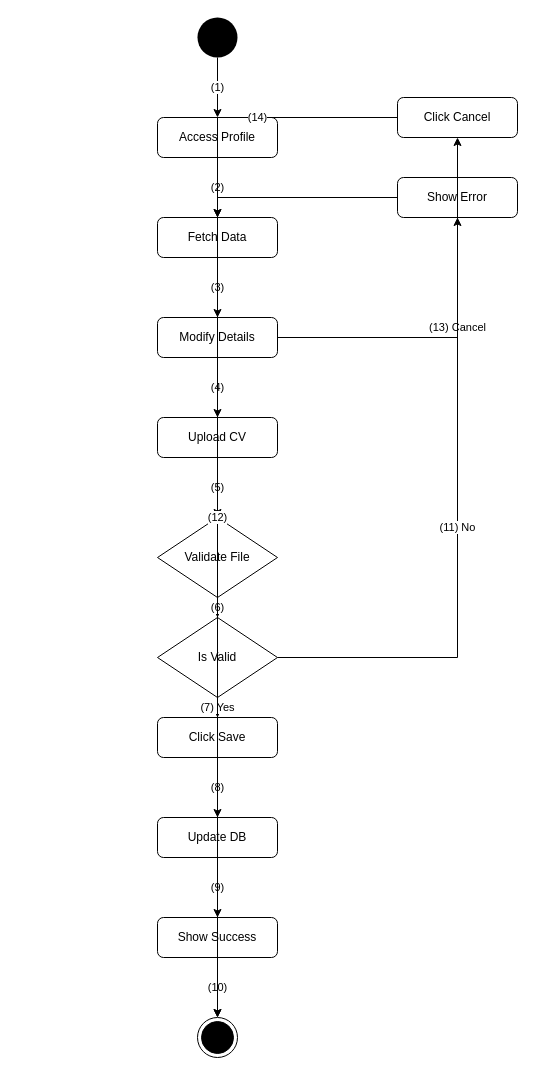
kingDlight/UEIMS_Project keeps this draw.io diagram as activity_flow/uc51_activity_flow.drawio. Above is the earlier version. Source tidied: cells renumbered, new cells numbered last; positions are measured from the earlier drawing's top-left corner, leaving out a move shared by most shapes. Both pictures are drawn from the tidied source at 100%, with x=0, y=0 at pixel (157, 17).
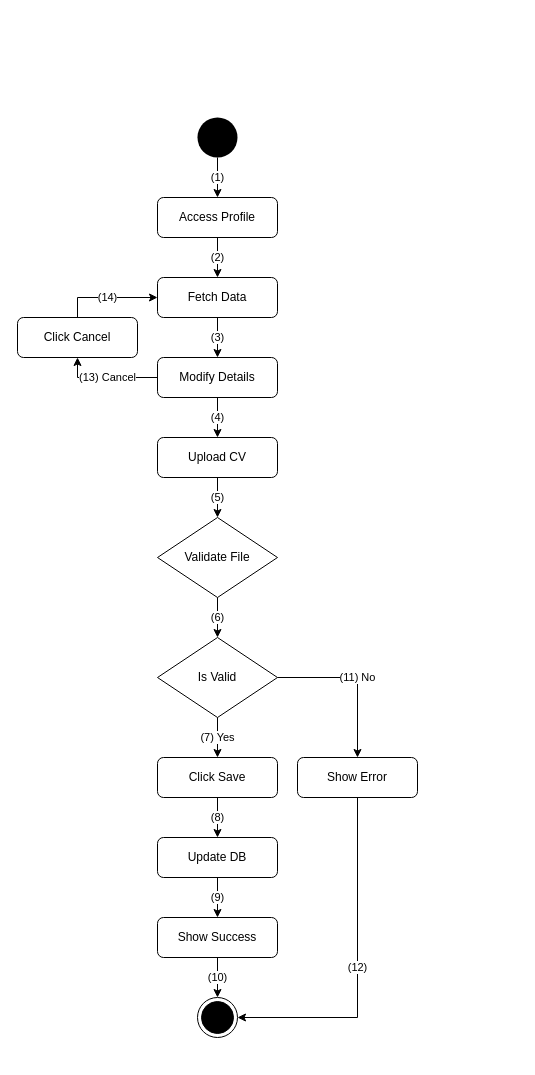
The same page after the edit.

The edit, as a diff of the source:
```diff
@@
     <mxCell id="2" style="ellipse;whiteSpace=wrap;html=1;fillColor=#000000;strokeColor=none;" parent="1" vertex="1">
-      <mxGeometry x="40" width="40" height="40" as="geometry" />
+      <mxGeometry x="40" y="100" width="40" height="40" as="geometry" />
     </mxCell>
     <mxCell id="3" value="Access Profile" style="rounded=1;whiteSpace=wrap;html=1;" parent="1" vertex="1">
-      <mxGeometry y="100" width="120" height="40" as="geometry" />
+      <mxGeometry y="180" width="120" height="40" as="geometry" />
     </mxCell>
     <mxCell id="4" value="Fetch Data" style="rounded=1;whiteSpace=wrap;html=1;" parent="1" vertex="1">
-      <mxGeometry y="200" width="120" height="40" as="geometry" />
+      <mxGeometry y="260" width="120" height="40" as="geometry" />
     </mxCell>
     <mxCell id="5" value="Modify Details" style="rounded=1;whiteSpace=wrap;html=1;" parent="1" vertex="1">
-      <mxGeometry y="300" width="120" height="40" as="geometry" />
+      <mxGeometry y="340" width="120" height="40" as="geometry" />
     </mxCell>
     <mxCell id="6" value="Upload CV" style="rounded=1;whiteSpace=wrap;html=1;" parent="1" vertex="1">
-      <mxGeometry y="400" width="120" height="40" as="geometry" />
+      <mxGeometry y="420" width="120" height="40" as="geometry" />
     </mxCell>
@@
     <mxCell id="8" value="Is Valid" style="rhombus;whiteSpace=wrap;html=1;" parent="1" vertex="1">
-      <mxGeometry y="600" width="120" height="80" as="geometry" />
+      <mxGeometry y="620" width="120" height="80" as="geometry" />
     </mxCell>
     <mxCell id="9" value="Click Save" style="rounded=1;whiteSpace=wrap;html=1;" parent="1" vertex="1">
-      <mxGeometry y="700" width="120" height="40" as="geometry" />
+      <mxGeometry y="740" width="120" height="40" as="geometry" />
     </mxCell>
     <mxCell id="10" value="Update DB" style="rounded=1;whiteSpace=wrap;html=1;" parent="1" vertex="1">
-      <mxGeometry y="800" width="120" height="40" as="geometry" />
+      <mxGeometry y="820" width="120" height="40" as="geometry" />
     </mxCell>
@@
     <mxCell id="12" style="ellipse;html=1;shape=endState;fillColor=#000000;strokeColor=#000000;" parent="1" vertex="1">
-      <mxGeometry x="40" y="1000" width="40" height="40" as="geometry" />
+      <mxGeometry x="40" y="980" width="40" height="40" as="geometry" />
     </mxCell>
     <mxCell id="13" value="Click Cancel" style="rounded=1;whiteSpace=wrap;html=1;" parent="1" vertex="1">
-      <mxGeometry x="240" y="80" width="120" height="40" as="geometry" />
+      <mxGeometry x="-140" y="300" width="120" height="40" as="geometry" />
     </mxCell>
     <mxCell id="14" value="Show Error" style="rounded=1;whiteSpace=wrap;html=1;" parent="1" vertex="1">
-      <mxGeometry x="240" y="160" width="120" height="40" as="geometry" />
+      <mxGeometry x="140" y="740" width="120" height="40" as="geometry" />
     </mxCell>
@@
-    <mxCell id="25" value="(13) Cancel" style="edgeStyle=orthogonalEdgeStyle;rounded=0;html=1;exitX=1;exitY=0.5;entryX=0.5;entryY=1;" parent="1" edge="1" source="5" target="13">
+    <mxCell id="25" value="(13) Cancel" style="edgeStyle=orthogonalEdgeStyle;rounded=0;html=1;exitX=0;exitY=0.5;entryX=0.5;entryY=1;exitDx=0;exitDy=0;" parent="1" edge="1" source="5" target="13">
       <mxGeometry relative="1" as="geometry" />
     </mxCell>
-    <mxCell id="26" value="(14)" style="edgeStyle=orthogonalEdgeStyle;rounded=0;html=1;exitX=0;exitY=0.5;entryX=0.5;entryY=0;" parent="1" edge="1" source="13" target="4">
+    <mxCell id="26" value="(14)" style="edgeStyle=orthogonalEdgeStyle;rounded=0;html=1;exitX=0.5;exitY=0;entryX=0;entryY=0.5;exitDx=0;exitDy=0;entryDx=0;entryDy=0;" parent="1" edge="1" source="13" target="4">
       <mxGeometry relative="1" as="geometry" />
     </mxCell>
-    <mxCell id="27" value="(11) No" style="edgeStyle=orthogonalEdgeStyle;rounded=0;html=1;exitX=1;exitY=0.5;entryX=0.5;entryY=1;" parent="1" edge="1" source="8" target="14">
+    <mxCell id="27" value="(11) No" style="edgeStyle=orthogonalEdgeStyle;rounded=0;html=1;exitX=1;exitY=0.5;entryX=0.5;entryY=0;entryDx=0;entryDy=0;" parent="1" edge="1" source="8" target="14">
       <mxGeometry relative="1" as="geometry" />
     </mxCell>
-    <mxCell id="28" value="(12)" style="edgeStyle=orthogonalEdgeStyle;rounded=0;html=1;exitX=0;exitY=0.5;entryX=0.5;entryY=0;" parent="1" edge="1" source="14" target="12">
+    <mxCell id="28" value="(12)" style="edgeStyle=orthogonalEdgeStyle;rounded=0;html=1;exitX=0.5;exitY=1;entryX=1;entryY=0.5;entryDx=0;entryDy=0;exitDx=0;exitDy=0;" parent="1" edge="1" source="14" target="12">
       <mxGeometry relative="1" as="geometry" />
     </mxCell>
```
